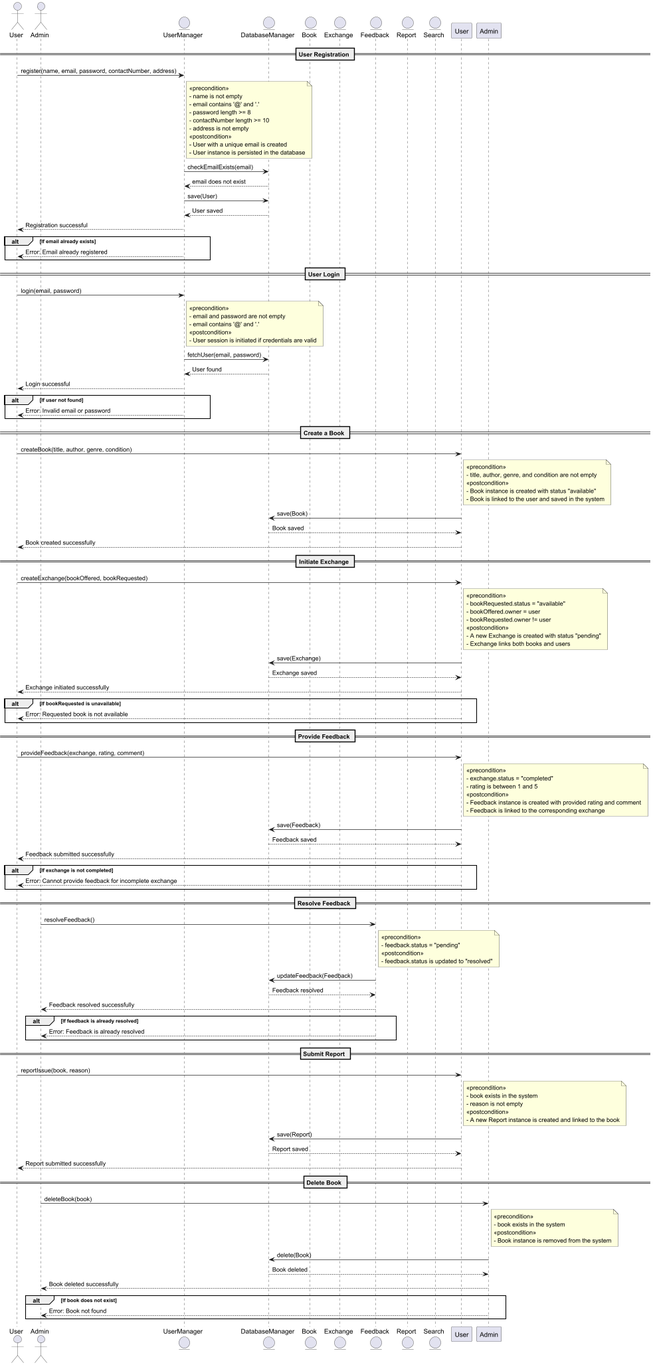
Above: design/Interaction Diagram with OCL/interaction OCL diagram.png in Kareemaadel/BookX (PlantUML), before the change. Source of this version:
```plantuml
@startuml

actor User as U
actor Admin as A
entity UserManager as UM
entity DatabaseManager as DM
entity Book as B
entity Exchange as E
entity Feedback as F
entity Report as R
entity Search as S

== User Registration ==
U -> UM : register(name, email, password, contactNumber, address)
note right of UM
<<precondition>>
- name is not empty
- email contains '@' and '.'
- password length >= 8
- contactNumber length >= 10
- address is not empty
<<postcondition>>
- User with a unique email is created
- User instance is persisted in the database
end note
UM -> DM : checkEmailExists(email)
DM --> UM : email does not exist
UM -> DM : save(User)
DM --> UM : User saved
UM --> U : Registration successful

alt If email already exists
UM --> U : Error: Email already registered
end

== User Login ==
U -> UM : login(email, password)
note right of UM
<<precondition>>
- email and password are not empty
- email contains '@' and '.'
<<postcondition>>
- User session is initiated if credentials are valid
end note
UM -> DM : fetchUser(email, password)
DM --> UM : User found
UM --> U : Login successful

alt If user not found
UM --> U : Error: Invalid email or password
end

== Create a Book ==
U -> User : createBook(title, author, genre, condition)
note right of User
<<precondition>>
- title, author, genre, and condition are not empty
<<postcondition>>
- Book instance is created with status "available"
- Book is linked to the user and saved in the system
end note
User -> DM : save(Book)
DM --> User : Book saved
User --> U : Book created successfully

== Initiate Exchange ==
U -> User : createExchange(bookOffered, bookRequested)
note right of User
<<precondition>>
- bookRequested.status = "available"
- bookOffered.owner = user
- bookRequested.owner != user
<<postcondition>>
- A new Exchange is created with status "pending"
- Exchange links both books and users
end note
User -> DM : save(Exchange)
DM --> User : Exchange saved
User --> U : Exchange initiated successfully

alt If bookRequested is unavailable
User --> U : Error: Requested book is not available
end

== Provide Feedback ==
U -> User : provideFeedback(exchange, rating, comment)
note right of User
<<precondition>>
- exchange.status = "completed"
- rating is between 1 and 5
<<postcondition>>
- Feedback instance is created with provided rating and comment
- Feedback is linked to the corresponding exchange
end note
User -> DM : save(Feedback)
DM --> User : Feedback saved
User --> U : Feedback submitted successfully

alt If exchange is not completed
User --> U : Error: Cannot provide feedback for incomplete exchange
end

== Resolve Feedback ==
A -> F : resolveFeedback()
note right of F
<<precondition>>
- feedback.status = "pending"
<<postcondition>>
- feedback.status is updated to "resolved"
end note
F -> DM : updateFeedback(Feedback)
DM --> F : Feedback resolved
F --> A : Feedback resolved successfully

alt If feedback is already resolved
F --> A : Error: Feedback is already resolved
end

== Submit Report ==
U -> User : reportIssue(book, reason)
note right of User
<<precondition>>
- book exists in the system
- reason is not empty
<<postcondition>>
- A new Report instance is created and linked to the book
end note
User -> DM : save(Report)
DM --> User : Report saved
User --> U : Report submitted successfully

== Delete Book ==
A -> Admin : deleteBook(book)
note right of Admin
<<precondition>>
- book exists in the system
<<postcondition>>
- Book instance is removed from the system
end note
Admin -> DM : delete(Book)
DM --> Admin : Book deleted
Admin --> A : Book deleted successfully

alt If book does not exist
Admin --> A : Error: Book not found
end

@enduml
```
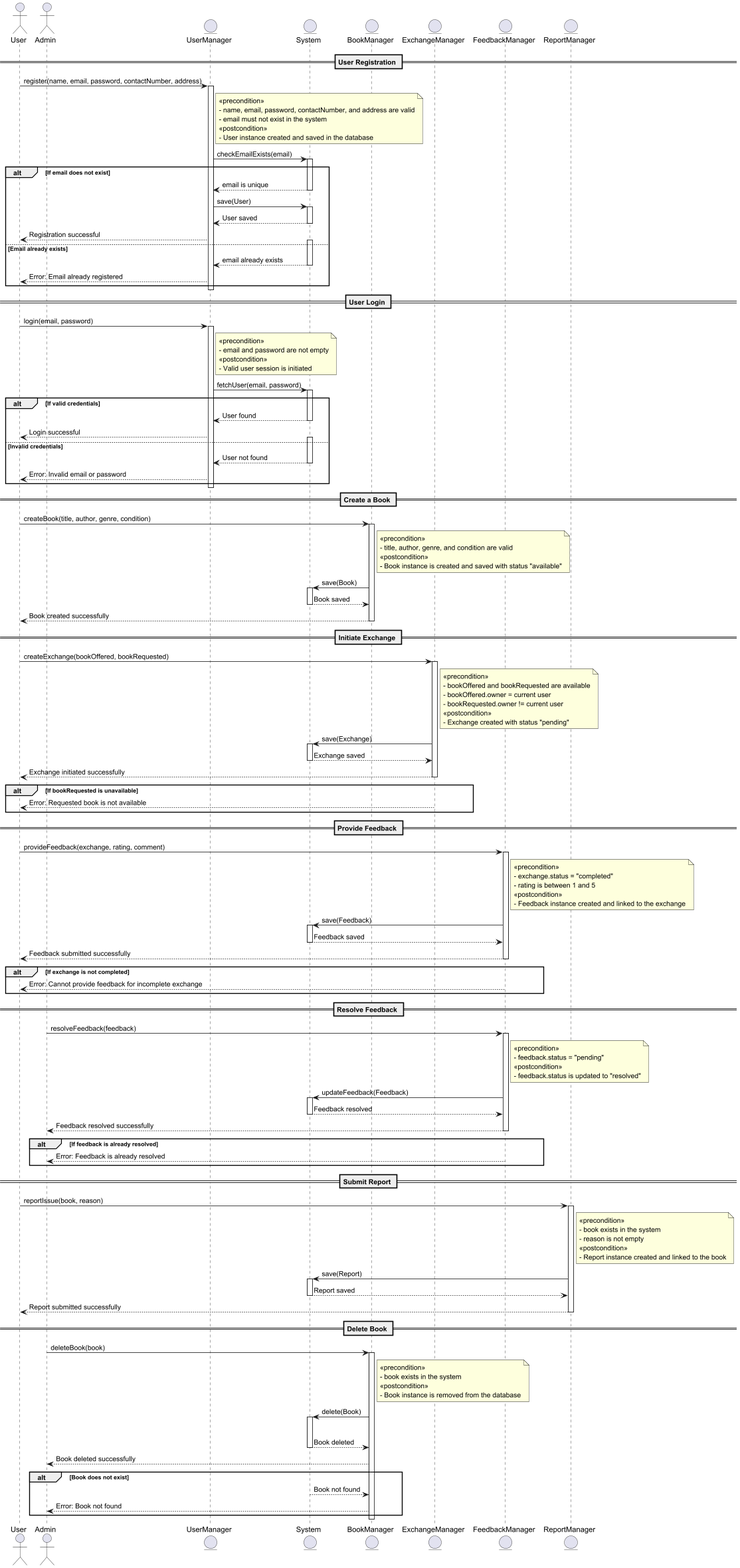
Later version of the same file.

Diff of the diagram source:
```diff
@@ -3,146 +3,179 @@
 actor User as U
 actor Admin as A
 entity UserManager as UM
-entity DatabaseManager as DM
-entity Book as B
-entity Exchange as E
-entity Feedback as F
-entity Report as R
-entity Search as S
+entity System as Sys
+entity BookManager as BM
+entity ExchangeManager as EM
+entity FeedbackManager as FM
+entity ReportManager as RM
 
 == User Registration ==
 U -> UM : register(name, email, password, contactNumber, address)
+activate UM
 note right of UM
 <<precondition>>
-- name is not empty
-- email contains '@' and '.'
-- password length >= 8
-- contactNumber length >= 10
-- address is not empty
+- name, email, password, contactNumber, and address are valid
+- email must not exist in the system
 <<postcondition>>
-- User with a unique email is created
-- User instance is persisted in the database
+- User instance created and saved in the database
 end note
-UM -> DM : checkEmailExists(email)
-DM --> UM : email does not exist
-UM -> DM : save(User)
-DM --> UM : User saved
-UM --> U : Registration successful
-
-alt If email already exists
-UM --> U : Error: Email already registered
+UM -> Sys : checkEmailExists(email)
+alt If email does not exist
+    activate Sys
+    Sys --> UM : email is unique
+    deactivate Sys
+    UM -> Sys : save(User)
+    activate Sys
+    Sys --> UM : User saved
+    deactivate Sys
+    UM --> U : Registration successful
+else Email already exists
+    activate Sys
+    Sys --> UM : email already exists
+    deactivate Sys
+    UM --> U : Error: Email already registered
 end
 
+deactivate UM
 == User Login ==
 U -> UM : login(email, password)
+activate UM
 note right of UM
 <<precondition>>
 - email and password are not empty
-- email contains '@' and '.'
 <<postcondition>>
-- User session is initiated if credentials are valid
+- Valid user session is initiated
 end note
-UM -> DM : fetchUser(email, password)
-DM --> UM : User found
-UM --> U : Login successful
-
-alt If user not found
-UM --> U : Error: Invalid email or password
+UM -> Sys : fetchUser(email, password)
+alt If valid credentials
+    activate Sys
+    Sys --> UM : User found
+    deactivate Sys
+    UM --> U : Login successful
+else Invalid credentials
+    activate Sys
+    Sys --> UM : User not found
+    deactivate Sys
+    UM --> U : Error: Invalid email or password
 end
+deactivate UM
 
 == Create a Book ==
-U -> User : createBook(title, author, genre, condition)
-note right of User
+U -> BM : createBook(title, author, genre, condition)
+activate BM
+note right of BM
 <<precondition>>
-- title, author, genre, and condition are not empty
+- title, author, genre, and condition are valid
 <<postcondition>>
-- Book instance is created with status "available"
-- Book is linked to the user and saved in the system
+- Book instance is created and saved with status "available"
 end note
-User -> DM : save(Book)
-DM --> User : Book saved
-User --> U : Book created successfully
+BM -> Sys : save(Book)
+activate Sys
+Sys --> BM : Book saved
+deactivate Sys
+BM --> U : Book created successfully
+deactivate BM
 
 == Initiate Exchange ==
-U -> User : createExchange(bookOffered, bookRequested)
-note right of User
+U -> EM : createExchange(bookOffered, bookRequested)
+activate EM
+note right of EM
 <<precondition>>
-- bookRequested.status = "available"
-- bookOffered.owner = user
-- bookRequested.owner != user
+- bookOffered and bookRequested are available
+- bookOffered.owner = current user
+- bookRequested.owner != current user
 <<postcondition>>
-- A new Exchange is created with status "pending"
-- Exchange links both books and users
+- Exchange created with status "pending"
 end note
-User -> DM : save(Exchange)
-DM --> User : Exchange saved
-User --> U : Exchange initiated successfully
+EM -> Sys : save(Exchange)
+activate Sys
+Sys --> EM : Exchange saved
+deactivate Sys
+EM --> U : Exchange initiated successfully
 
+deactivate EM
 alt If bookRequested is unavailable
-User --> U : Error: Requested book is not available
+    EM --> U : Error: Requested book is not available
 end
 
 == Provide Feedback ==
-U -> User : provideFeedback(exchange, rating, comment)
-note right of User
+U -> FM : provideFeedback(exchange, rating, comment)
+activate FM
+note right of FM
 <<precondition>>
 - exchange.status = "completed"
 - rating is between 1 and 5
 <<postcondition>>
-- Feedback instance is created with provided rating and comment
-- Feedback is linked to the corresponding exchange
+- Feedback instance created and linked to the exchange
 end note
-User -> DM : save(Feedback)
-DM --> User : Feedback saved
-User --> U : Feedback submitted successfully
+FM -> Sys : save(Feedback)
+activate Sys
+Sys --> FM : Feedback saved
+deactivate Sys
+FM --> U : Feedback submitted successfully
+deactivate FM
 
 alt If exchange is not completed
-User --> U : Error: Cannot provide feedback for incomplete exchange
+    FM --> U : Error: Cannot provide feedback for incomplete exchange
 end
 
 == Resolve Feedback ==
-A -> F : resolveFeedback()
-note right of F
+A -> FM : resolveFeedback(feedback)
+activate FM
+note right of FM
 <<precondition>>
 - feedback.status = "pending"
 <<postcondition>>
 - feedback.status is updated to "resolved"
 end note
-F -> DM : updateFeedback(Feedback)
-DM --> F : Feedback resolved
-F --> A : Feedback resolved successfully
+FM -> Sys : updateFeedback(Feedback)
+activate Sys
+Sys --> FM : Feedback resolved
+deactivate Sys
+FM --> A : Feedback resolved successfully
+deactivate FM
 
 alt If feedback is already resolved
-F --> A : Error: Feedback is already resolved
+    FM --> A : Error: Feedback is already resolved
 end
 
 == Submit Report ==
-U -> User : reportIssue(book, reason)
-note right of User
+U -> RM : reportIssue(book, reason)
+activate RM
+note right of RM
 <<precondition>>
 - book exists in the system
 - reason is not empty
 <<postcondition>>
-- A new Report instance is created and linked to the book
+- Report instance created and linked to the book
 end note
-User -> DM : save(Report)
-DM --> User : Report saved
-User --> U : Report submitted successfully
+RM -> Sys : save(Report)
+activate Sys
+Sys --> RM : Report saved
+deactivate Sys
+RM --> U : Report submitted successfully
+deactivate RM
 
 == Delete Book ==
-A -> Admin : deleteBook(book)
-note right of Admin
+A -> BM : deleteBook(book)
+activate BM
+note right of BM
 <<precondition>>
 - book exists in the system
 <<postcondition>>
-- Book instance is removed from the system
+- Book instance is removed from the database
 end note
-Admin -> DM : delete(Book)
-DM --> Admin : Book deleted
-Admin --> A : Book deleted successfully
-
-alt If book does not exist
-Admin --> A : Error: Book not found
+BM -> Sys : delete(Book)
+activate Sys
+alt If book exists
+    Sys --> BM : Book deleted
+    deactivate Sys
+    BM --> A : Book deleted successfully
+alt Book does not exist
+    Sys --> BM : Book not found
+    deactivate Sys
+    BM --> A : Error: Book not found
 end
+deactivate BM
 
 @enduml
```
